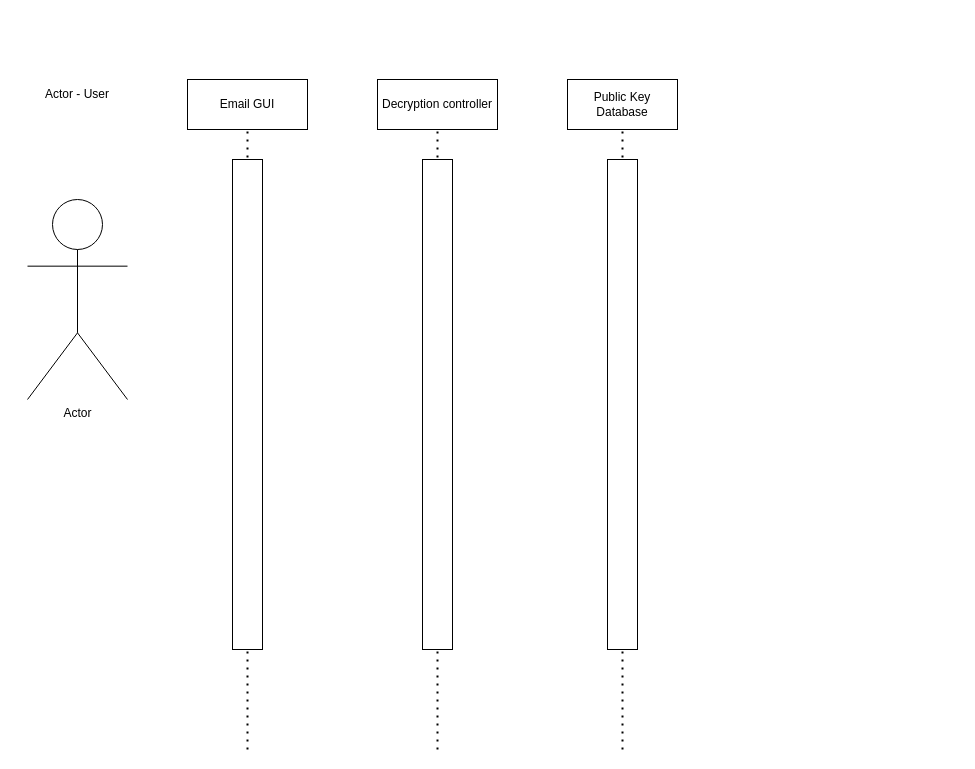
Above: Untitled Diagram.drawio in dnguyen1648/software-engineering-proj (draw.io), before the change. Source tidied: cells renumbered, new cells numbered last; positions are measured from the earlier drawing's top-left corner, leaving out a move shared by most shapes. Both pictures are drawn from the tidied source at 100%, with x=0, y=0 at pixel (27, 79).
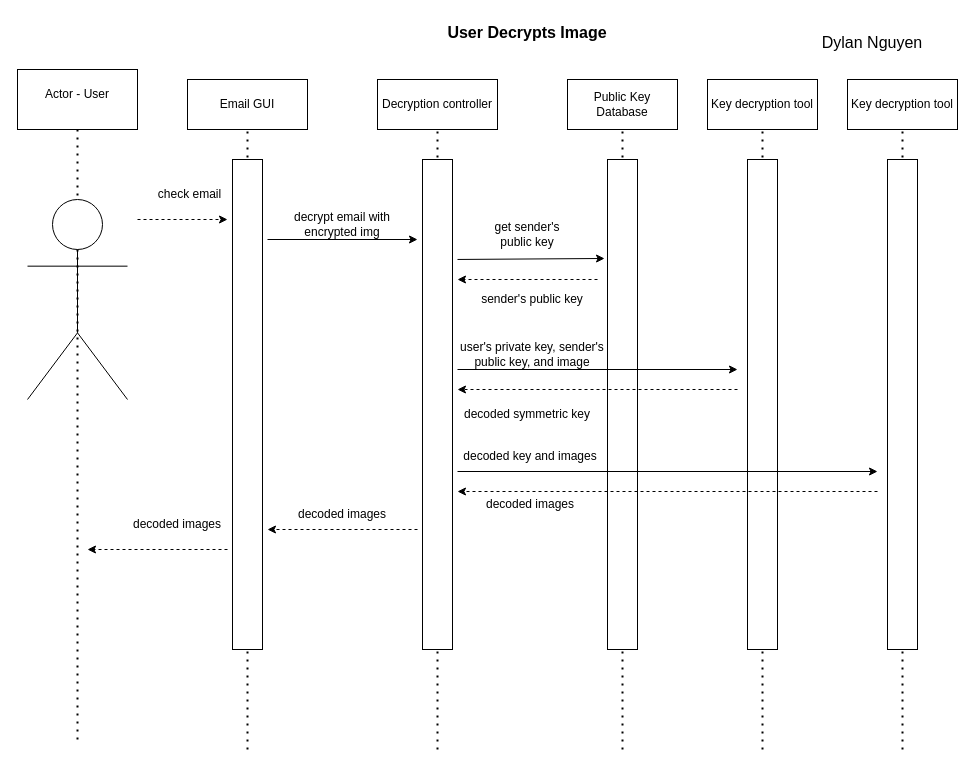
Above is the later version.

The change refers to these unchanged cells:
```xml
<mxCell id="10" style="rounded=0;whiteSpace=wrap;html=1;" parent="1" vertex="1">
  <mxGeometry x="395" y="80" width="30" height="490" as="geometry" />
</mxCell>
<mxCell id="12" style="rounded=0;whiteSpace=wrap;html=1;" parent="1" vertex="1">
  <mxGeometry x="580" y="80" width="30" height="490" as="geometry" />
</mxCell>
```

Diff of the diagram source:
```diff
@@
-    <mxCell id="2" value="Actor" style="shape=umlActor;verticalLabelPosition=bottom;verticalAlign=top;html=1;" parent="1" vertex="1">
-      <mxGeometry y="120" width="100" height="200" as="geometry" />
-    </mxCell>
+    <mxCell id="13" style="rounded=0;whiteSpace=wrap;html=1;" parent="1" vertex="1">
+      <mxGeometry x="-10" y="-10" width="120" height="60" as="geometry" />
+    </mxCell>
@@
+    <mxCell id="14" value="check email" style="text;html=1;strokeColor=none;fillColor=none;align=center;verticalAlign=middle;whiteSpace=wrap;rounded=0;" parent="1" vertex="1">
+      <mxGeometry x="120" y="100" width="85" height="30" as="geometry" />
+    </mxCell>
+    <mxCell id="15" style="html=1;labelBackgroundColor=#ffffff;startArrow=none;startFill=0;startSize=6;endArrow=classic;endFill=1;endSize=6;jettySize=auto;orthogonalLoop=1;strokeWidth=1;dashed=1;fontSize=14;rounded=0;" parent="1" edge="1">
+      <mxGeometry relative="1" as="geometry">
+        <mxPoint x="200" y="470" as="sourcePoint" />
+        <mxPoint x="60" y="470" as="targetPoint" />
+      </mxGeometry>
+    </mxCell>
+    <mxCell id="16" style="html=1;labelBackgroundColor=#ffffff;startArrow=none;startFill=0;startSize=6;endArrow=classic;endFill=1;endSize=6;jettySize=auto;orthogonalLoop=1;strokeWidth=1;dashed=1;fontSize=14;rounded=0;" parent="1" edge="1">
+      <mxGeometry relative="1" as="geometry">
+        <mxPoint x="110" y="140" as="sourcePoint" />
+        <mxPoint x="200" y="140" as="targetPoint" />
+      </mxGeometry>
+    </mxCell>
+    <mxCell id="17" value="decrypt email with encrypted img" style="text;html=1;strokeColor=none;fillColor=none;align=center;verticalAlign=middle;whiteSpace=wrap;rounded=0;" parent="1" vertex="1">
+      <mxGeometry x="250" y="130" width="130" height="30" as="geometry" />
+    </mxCell>
+    <mxCell id="18" style="endArrow=classic;html=1;rounded=0;" parent="1" edge="1">
+      <mxGeometry relative="1" as="geometry">
+        <mxPoint x="240" y="160" as="sourcePoint" />
+        <mxPoint x="390" y="160" as="targetPoint" />
+      </mxGeometry>
+    </mxCell>
+    <mxCell id="19" style="endArrow=classic;html=1;rounded=0;exitX=1.167;exitY=0.204;exitDx=0;exitDy=0;exitPerimeter=0;entryX=-0.099;entryY=0.202;entryDx=0;entryDy=0;entryPerimeter=0;" parent="1" edge="1" source="10" target="12">
+      <mxGeometry relative="1" as="geometry" />
+    </mxCell>
+    <mxCell id="20" value="get sender's public key" style="text;html=1;strokeColor=none;fillColor=none;align=center;verticalAlign=middle;whiteSpace=wrap;rounded=0;" parent="1" vertex="1">
+      <mxGeometry x="450" y="140" width="100" height="30" as="geometry" />
+    </mxCell>
+    <mxCell id="21" style="html=1;labelBackgroundColor=#ffffff;startArrow=none;startFill=0;startSize=6;endArrow=classic;endFill=1;endSize=6;jettySize=auto;orthogonalLoop=1;strokeWidth=1;dashed=1;fontSize=14;rounded=0;" parent="1" edge="1">
+      <mxGeometry relative="1" as="geometry">
+        <mxPoint x="570" y="200" as="sourcePoint" />
+        <mxPoint x="430" y="200" as="targetPoint" />
+      </mxGeometry>
+    </mxCell>
+    <mxCell id="22" value="sender's public key" style="text;html=1;strokeColor=none;fillColor=none;align=center;verticalAlign=middle;whiteSpace=wrap;rounded=0;" parent="1" vertex="1">
+      <mxGeometry x="450" y="205" width="110" height="30" as="geometry" />
+    </mxCell>
+    <mxCell id="23" style="endArrow=none;dashed=1;html=1;dashPattern=1 3;strokeWidth=2;rounded=0;entryX=0.5;entryY=1;entryDx=0;entryDy=0;" parent="1" edge="1">
+      <mxGeometry relative="1" as="geometry">
+        <mxPoint x="735" y="670" as="sourcePoint" />
+        <mxPoint x="735" y="50" as="targetPoint" />
+      </mxGeometry>
+    </mxCell>
+    <mxCell id="24" style="rounded=0;whiteSpace=wrap;html=1;" parent="1" vertex="1">
+      <mxGeometry x="720" y="80" width="30" height="490" as="geometry" />
+    </mxCell>
+    <mxCell id="25" value="Key decryption tool" style="rounded=0;whiteSpace=wrap;html=1;" parent="1" vertex="1">
+      <mxGeometry x="680" width="110" height="50" as="geometry" />
+    </mxCell>
+    <mxCell id="26" style="endArrow=classic;html=1;rounded=0;" parent="1" edge="1">
+      <mxGeometry relative="1" as="geometry">
+        <mxPoint x="430" y="290" as="sourcePoint" />
+        <mxPoint x="710" y="290" as="targetPoint" />
+      </mxGeometry>
+    </mxCell>
+    <mxCell id="27" value="user's private key, sender's public key, and image" style="text;html=1;strokeColor=none;fillColor=none;align=center;verticalAlign=middle;whiteSpace=wrap;rounded=0;" parent="1" vertex="1">
+      <mxGeometry x="430" y="260" width="150" height="30" as="geometry" />
+    </mxCell>
+    <mxCell id="28" style="html=1;labelBackgroundColor=#ffffff;startArrow=none;startFill=0;startSize=6;endArrow=classic;endFill=1;endSize=6;jettySize=auto;orthogonalLoop=1;strokeWidth=1;dashed=1;fontSize=14;rounded=0;" parent="1" edge="1">
+      <mxGeometry relative="1" as="geometry">
+        <mxPoint x="710" y="310" as="sourcePoint" />
+        <mxPoint x="430" y="310" as="targetPoint" />
+      </mxGeometry>
+    </mxCell>
+    <mxCell id="29" value="decoded symmetric key" style="text;html=1;strokeColor=none;fillColor=none;align=center;verticalAlign=middle;whiteSpace=wrap;rounded=0;" parent="1" vertex="1">
+      <mxGeometry x="430" y="320" width="140" height="30" as="geometry" />
+    </mxCell>
+    <mxCell id="30" style="endArrow=none;dashed=1;html=1;dashPattern=1 3;strokeWidth=2;rounded=0;entryX=0.5;entryY=1;entryDx=0;entryDy=0;" parent="1" edge="1">
+      <mxGeometry relative="1" as="geometry">
+        <mxPoint x="875" y="670" as="sourcePoint" />
+        <mxPoint x="875" y="50" as="targetPoint" />
+      </mxGeometry>
+    </mxCell>
+    <mxCell id="31" style="rounded=0;whiteSpace=wrap;html=1;" parent="1" vertex="1">
+      <mxGeometry x="860" y="80" width="30" height="490" as="geometry" />
+    </mxCell>
+    <mxCell id="32" value="Key decryption tool" style="rounded=0;whiteSpace=wrap;html=1;" parent="1" vertex="1">
+      <mxGeometry x="820" width="110" height="50" as="geometry" />
+    </mxCell>
+    <mxCell id="33" style="endArrow=classic;html=1;rounded=0;" parent="1" edge="1">
+      <mxGeometry relative="1" as="geometry">
+        <mxPoint x="430" y="392" as="sourcePoint" />
+        <mxPoint x="850" y="392" as="targetPoint" />
+      </mxGeometry>
+    </mxCell>
+    <mxCell id="34" style="html=1;labelBackgroundColor=#ffffff;startArrow=none;startFill=0;startSize=6;endArrow=classic;endFill=1;endSize=6;jettySize=auto;orthogonalLoop=1;strokeWidth=1;dashed=1;fontSize=14;rounded=0;" parent="1" edge="1">
+      <mxGeometry relative="1" as="geometry">
+        <mxPoint x="850" y="412" as="sourcePoint" />
+        <mxPoint x="430" y="412" as="targetPoint" />
+      </mxGeometry>
+    </mxCell>
+    <mxCell id="35" value="decoded key and images" style="text;html=1;strokeColor=none;fillColor=none;align=center;verticalAlign=middle;whiteSpace=wrap;rounded=0;" parent="1" vertex="1">
+      <mxGeometry x="428" y="362" width="150" height="30" as="geometry" />
+    </mxCell>
+    <mxCell id="36" value="decoded images" style="text;html=1;strokeColor=none;fillColor=none;align=center;verticalAlign=middle;whiteSpace=wrap;rounded=0;" parent="1" vertex="1">
+      <mxGeometry x="453" y="410" width="100" height="30" as="geometry" />
+    </mxCell>
+    <mxCell id="37" style="html=1;labelBackgroundColor=#ffffff;startArrow=none;startFill=0;startSize=6;endArrow=classic;endFill=1;endSize=6;jettySize=auto;orthogonalLoop=1;strokeWidth=1;dashed=1;fontSize=14;rounded=0;" parent="1" edge="1">
+      <mxGeometry relative="1" as="geometry">
+        <mxPoint x="390" y="450" as="sourcePoint" />
+        <mxPoint x="240" y="450" as="targetPoint" />
+      </mxGeometry>
+    </mxCell>
+    <mxCell id="38" value="decoded images" style="text;html=1;strokeColor=none;fillColor=none;align=center;verticalAlign=middle;whiteSpace=wrap;rounded=0;" parent="1" vertex="1">
+      <mxGeometry x="265" y="420" width="100" height="30" as="geometry" />
+    </mxCell>
+    <mxCell id="39" style="endArrow=none;dashed=1;html=1;dashPattern=1 3;strokeWidth=2;rounded=0;" parent="1" edge="1">
+      <mxGeometry relative="1" as="geometry">
+        <mxPoint x="50" y="50" as="sourcePoint" />
+        <mxPoint x="50" y="660" as="targetPoint" />
+      </mxGeometry>
+    </mxCell>
+    <mxCell id="40" value="decoded images" style="text;html=1;strokeColor=none;fillColor=none;align=center;verticalAlign=middle;whiteSpace=wrap;rounded=0;" parent="1" vertex="1">
+      <mxGeometry x="100" y="430" width="100" height="30" as="geometry" />
+    </mxCell>
+    <mxCell id="2" style="shape=umlActor;verticalLabelPosition=bottom;verticalAlign=top;html=1;" parent="1" vertex="1">
+      <mxGeometry y="120" width="100" height="200" as="geometry" />
+    </mxCell>
+    <mxCell id="41" value="&lt;font style=&quot;font-size: 16px;&quot;&gt;&lt;b&gt;User Decrypts Image&lt;/b&gt;&lt;/font&gt;" style="text;html=1;strokeColor=none;fillColor=none;align=center;verticalAlign=middle;whiteSpace=wrap;rounded=0;" parent="1" vertex="1">
+      <mxGeometry x="300" y="-62" width="400" height="30" as="geometry" />
+    </mxCell>
+    <mxCell id="42" value="Dylan Nguyen" style="text;html=1;strokeColor=none;fillColor=none;align=center;verticalAlign=middle;whiteSpace=wrap;rounded=0;fontSize=16;" parent="1" vertex="1">
+      <mxGeometry x="760" y="-52" width="170" height="30" as="geometry" />
+    </mxCell>
```
